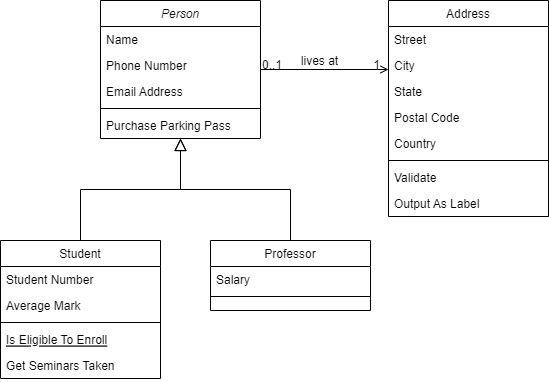
Above: NetworkUML.drawio.png in MVBDX/social_media (draw.io), before the change. Source tidied: cells renumbered, new cells last; positions are measured from the earlier drawing's top-left corner, leaving out a move shared by most shapes.
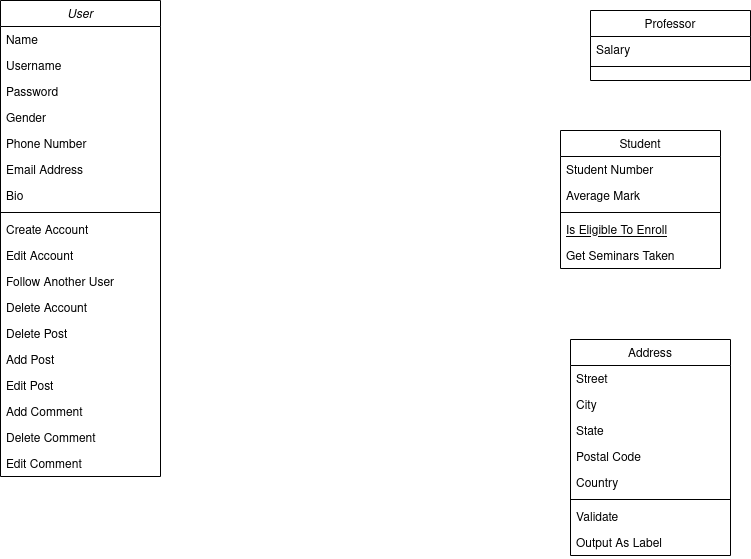
After the commit.

Diff of the diagram source:
```diff
@@ -2,26 +2,65 @@
   <root>
     <mxCell id="0" />
     <mxCell id="1" parent="0" />
-    <mxCell id="2" value="Person" style="swimlane;fontStyle=2;align=center;verticalAlign=top;horizontal=1;startSize=26;rounded=0;shadow=0;strokeWidth=1;" parent="1" vertex="1">
-      <mxGeometry x="100" width="160" height="138" as="geometry" />
+    <mxCell id="2" value="User" style="swimlane;fontStyle=2;align=center;verticalAlign=top;horizontal=1;startSize=26;rounded=0;shadow=0;strokeWidth=1;" parent="1" vertex="1">
+      <mxGeometry x="-50" y="-90" width="160" height="476" as="geometry" />
     </mxCell>
     <mxCell id="3" value="Name" style="text;align=left;verticalAlign=top;spacingLeft=4;spacingRight=4;overflow=hidden;" parent="2" vertex="1">
       <mxGeometry y="26" width="160" height="26" as="geometry" />
     </mxCell>
+    <mxCell id="32" value="Username" style="text;align=left;verticalAlign=top;spacingLeft=4;spacingRight=4;overflow=hidden;" parent="2" vertex="1">
+      <mxGeometry y="52" width="160" height="26" as="geometry" />
+    </mxCell>
+    <mxCell id="33" value="Password" style="text;align=left;verticalAlign=top;spacingLeft=4;spacingRight=4;overflow=hidden;" parent="2" vertex="1">
+      <mxGeometry y="78" width="160" height="26" as="geometry" />
+    </mxCell>
+    <mxCell id="34" value="Gender" style="text;align=left;verticalAlign=top;spacingLeft=4;spacingRight=4;overflow=hidden;" parent="2" vertex="1">
+      <mxGeometry y="104" width="160" height="26" as="geometry" />
+    </mxCell>
     <mxCell id="4" value="Phone Number" style="text;align=left;verticalAlign=top;spacingLeft=4;spacingRight=4;overflow=hidden;rounded=0;shadow=0;html=0;" parent="2" vertex="1">
-      <mxGeometry y="52" width="160" height="26" as="geometry" />
+      <mxGeometry y="130" width="160" height="26" as="geometry" />
     </mxCell>
     <mxCell id="5" value="Email Address" style="text;align=left;verticalAlign=top;spacingLeft=4;spacingRight=4;overflow=hidden;rounded=0;shadow=0;html=0;" parent="2" vertex="1">
-      <mxGeometry y="78" width="160" height="26" as="geometry" />
+      <mxGeometry y="156" width="160" height="26" as="geometry" />
     </mxCell>
+    <mxCell id="35" value="Bio" style="text;align=left;verticalAlign=top;spacingLeft=4;spacingRight=4;overflow=hidden;rounded=0;shadow=0;html=0;" parent="2" vertex="1">
+      <mxGeometry y="182" width="160" height="26" as="geometry" />
+    </mxCell>
     <mxCell id="6" style="line;html=1;strokeWidth=1;align=left;verticalAlign=middle;spacingTop=-1;spacingLeft=3;spacingRight=3;labelPosition=right;" parent="2" vertex="1">
-      <mxGeometry y="104" width="160" height="8" as="geometry" />
+      <mxGeometry y="208" width="160" height="8" as="geometry" />
     </mxCell>
-    <mxCell id="7" value="Purchase Parking Pass" style="text;align=left;verticalAlign=top;spacingLeft=4;spacingRight=4;overflow=hidden;" parent="2" vertex="1">
-      <mxGeometry y="112" width="160" height="26" as="geometry" />
+    <mxCell id="7" value="Create Account" style="text;align=left;verticalAlign=top;spacingLeft=4;spacingRight=4;overflow=hidden;" parent="2" vertex="1">
+      <mxGeometry y="216" width="160" height="26" as="geometry" />
     </mxCell>
+    <mxCell id="36" value="Edit Account" style="text;align=left;verticalAlign=top;spacingLeft=4;spacingRight=4;overflow=hidden;" parent="2" vertex="1">
+      <mxGeometry y="242" width="160" height="26" as="geometry" />
+    </mxCell>
+    <mxCell id="37" value="Follow Another User" style="text;align=left;verticalAlign=top;spacingLeft=4;spacingRight=4;overflow=hidden;" parent="2" vertex="1">
+      <mxGeometry y="268" width="160" height="26" as="geometry" />
+    </mxCell>
+    <mxCell id="38" value="Delete Account" style="text;align=left;verticalAlign=top;spacingLeft=4;spacingRight=4;overflow=hidden;" parent="2" vertex="1">
+      <mxGeometry y="294" width="160" height="26" as="geometry" />
+    </mxCell>
+    <mxCell id="39" value="Delete Post" style="text;align=left;verticalAlign=top;spacingLeft=4;spacingRight=4;overflow=hidden;" parent="2" vertex="1">
+      <mxGeometry y="320" width="160" height="26" as="geometry" />
+    </mxCell>
+    <mxCell id="40" value="Add Post" style="text;align=left;verticalAlign=top;spacingLeft=4;spacingRight=4;overflow=hidden;" parent="2" vertex="1">
+      <mxGeometry y="346" width="160" height="26" as="geometry" />
+    </mxCell>
+    <mxCell id="41" value="Edit Post" style="text;align=left;verticalAlign=top;spacingLeft=4;spacingRight=4;overflow=hidden;" parent="2" vertex="1">
+      <mxGeometry y="372" width="160" height="26" as="geometry" />
+    </mxCell>
+    <mxCell id="42" value="Add Comment" style="text;align=left;verticalAlign=top;spacingLeft=4;spacingRight=4;overflow=hidden;" parent="2" vertex="1">
+      <mxGeometry y="398" width="160" height="26" as="geometry" />
+    </mxCell>
+    <mxCell id="43" value="Delete Comment" style="text;align=left;verticalAlign=top;spacingLeft=4;spacingRight=4;overflow=hidden;" parent="2" vertex="1">
+      <mxGeometry y="424" width="160" height="26" as="geometry" />
+    </mxCell>
+    <mxCell id="44" value="Edit Comment" style="text;align=left;verticalAlign=top;spacingLeft=4;spacingRight=4;overflow=hidden;" parent="2" vertex="1">
+      <mxGeometry y="450" width="160" height="26" as="geometry" />
+    </mxCell>
     <mxCell id="8" value="Student" style="swimlane;fontStyle=0;align=center;verticalAlign=top;horizontal=1;startSize=26;rounded=0;shadow=0;strokeWidth=1;" parent="1" vertex="1">
-      <mxGeometry y="240" width="160" height="138" as="geometry" />
+      <mxGeometry x="510" y="40" width="160" height="138" as="geometry" />
     </mxCell>
     <mxCell id="9" value="Student Number" style="text;align=left;verticalAlign=top;spacingLeft=4;spacingRight=4;overflow=hidden;" parent="8" vertex="1">
       <mxGeometry y="26" width="160" height="26" as="geometry" />
@@ -38,11 +77,8 @@
     <mxCell id="13" value="Get Seminars Taken" style="text;align=left;verticalAlign=top;spacingLeft=4;spacingRight=4;overflow=hidden;" parent="8" vertex="1">
       <mxGeometry y="112" width="160" height="26" as="geometry" />
     </mxCell>
-    <mxCell id="14" style="endArrow=block;endSize=10;endFill=0;shadow=0;strokeWidth=1;rounded=0;edgeStyle=elbowEdgeStyle;elbow=vertical;" parent="1" edge="1" source="8" target="2">
-      <mxGeometry relative="1" as="geometry" />
-    </mxCell>
     <mxCell id="15" value="Professor" style="swimlane;fontStyle=0;align=center;verticalAlign=top;horizontal=1;startSize=26;rounded=0;shadow=0;strokeWidth=1;" parent="1" vertex="1">
-      <mxGeometry x="210" y="240" width="160" height="70" as="geometry" />
+      <mxGeometry x="540" y="-80" width="160" height="70" as="geometry" />
     </mxCell>
     <mxCell id="16" value="Salary" style="text;align=left;verticalAlign=top;spacingLeft=4;spacingRight=4;overflow=hidden;" parent="15" vertex="1">
       <mxGeometry y="26" width="160" height="26" as="geometry" />
@@ -50,11 +86,8 @@
     <mxCell id="17" style="line;html=1;strokeWidth=1;align=left;verticalAlign=middle;spacingTop=-1;spacingLeft=3;spacingRight=3;labelPosition=right;" parent="15" vertex="1">
       <mxGeometry y="52" width="160" height="8" as="geometry" />
     </mxCell>
-    <mxCell id="18" style="endArrow=block;endSize=10;endFill=0;shadow=0;strokeWidth=1;rounded=0;edgeStyle=elbowEdgeStyle;elbow=vertical;" parent="1" edge="1" source="15" target="2">
-      <mxGeometry relative="1" as="geometry" />
-    </mxCell>
     <mxCell id="19" value="Address" style="swimlane;fontStyle=0;align=center;verticalAlign=top;horizontal=1;startSize=26;rounded=0;shadow=0;strokeWidth=1;" parent="1" vertex="1">
-      <mxGeometry x="388" width="160" height="216" as="geometry" />
+      <mxGeometry x="520" y="249" width="160" height="216" as="geometry" />
     </mxCell>
     <mxCell id="20" value="Street" style="text;align=left;verticalAlign=top;spacingLeft=4;spacingRight=4;overflow=hidden;" parent="19" vertex="1">
       <mxGeometry y="26" width="160" height="26" as="geometry" />
@@ -80,25 +113,5 @@
     <mxCell id="27" value="Output As Label" style="text;align=left;verticalAlign=top;spacingLeft=4;spacingRight=4;overflow=hidden;" parent="19" vertex="1">
       <mxGeometry y="190" width="160" height="26" as="geometry" />
     </mxCell>
-    <mxCell id="28" style="endArrow=open;shadow=0;strokeWidth=1;rounded=0;endFill=1;edgeStyle=elbowEdgeStyle;elbow=vertical;" parent="1" edge="1" source="2" target="19">
-      <mxGeometry x="0.5" y="41" relative="1" as="geometry">
-        <mxPoint x="-40" y="32" as="offset" />
-      </mxGeometry>
-    </mxCell>
-    <mxCell id="29" value="0..1" style="align=left;verticalAlign=bottom;labelBackgroundColor=none;fontSize=12;" parent="28" vertex="1">
-      <mxGeometry x="-1" relative="1" as="geometry">
-        <mxPoint y="4" as="offset" />
-      </mxGeometry>
-    </mxCell>
-    <mxCell id="30" value="1" style="align=right;verticalAlign=bottom;labelBackgroundColor=none;fontSize=12;" parent="28" vertex="1">
-      <mxGeometry x="1" relative="1" as="geometry">
-        <mxPoint x="-7" y="4" as="offset" />
-      </mxGeometry>
-    </mxCell>
-    <mxCell id="31" value="lives at" style="text;html=1;align=center;verticalAlign=middle;labelBackgroundColor=none;rounded=0;shadow=0;strokeWidth=1;fontSize=12;" parent="28" vertex="1">
-      <mxGeometry x="0.5" y="49" relative="1" as="geometry">
-        <mxPoint x="-38" y="40" as="offset" />
-      </mxGeometry>
-    </mxCell>
   </root>
 </mxGraphModel>
```
